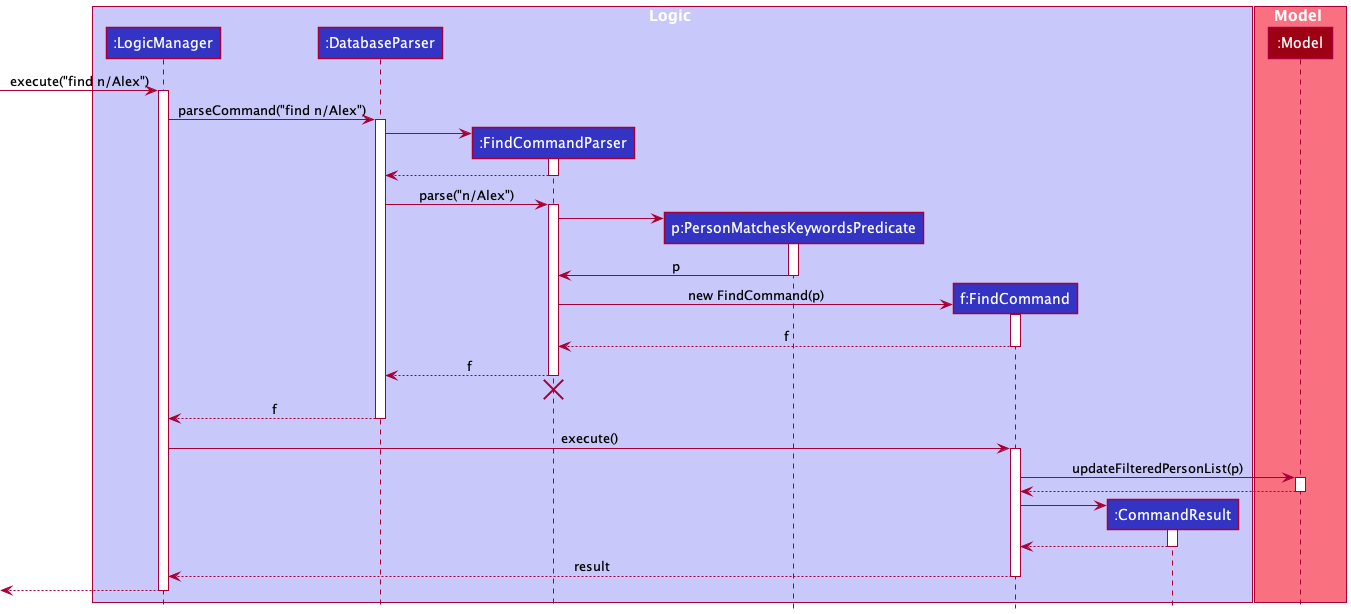
Above: docs/images/diagrams/FindCommandUML.png in nus-cs2103-AY2223S1/tp (PlantUML), before the change. Source of this version:
```plantuml
@startuml
!include style.puml

box Logic LOGIC_COLOR_T1
participant ":LogicManager" as LogicManager LOGIC_COLOR
participant ":DatabaseParser" as DatabaseParser LOGIC_COLOR
participant ":FindCommandParser" as FindCommandParser LOGIC_COLOR
participant "p:PersonMatchesKeywordsPredicate" as PersonMatchesKeywordsPredicate LOGIC_COLOR
participant "f:FindCommand" as FindCommand LOGIC_COLOR
participant ":CommandResult" as CommandResult LOGIC_COLOR
end box

box Model MODEL_COLOR_T1
participant ":Model" as Model MODEL_COLOR
end box

[-> LogicManager : execute("find n/Alex")
activate LogicManager

LogicManager -> DatabaseParser : parseCommand("find n/Alex")
activate DatabaseParser

create FindCommandParser
DatabaseParser -> FindCommandParser
activate FindCommandParser

FindCommandParser --> DatabaseParser
deactivate FindCommandParser

DatabaseParser -> FindCommandParser : parse("n/Alex")
activate FindCommandParser

create PersonMatchesKeywordsPredicate
FindCommandParser -> PersonMatchesKeywordsPredicate
activate PersonMatchesKeywordsPredicate

PersonMatchesKeywordsPredicate -> FindCommandParser : p
deactivate PersonMatchesKeywordsPredicate

create FindCommand
FindCommandParser -> FindCommand : new FindCommand(p)
activate FindCommand

FindCommand --> FindCommandParser : f
deactivate FindCommand

FindCommandParser --> DatabaseParser : f
deactivate FindCommandParser
FindCommandParser -[hidden]-> DatabaseParser
destroy FindCommandParser

DatabaseParser --> LogicManager : f
deactivate DatabaseParser

LogicManager -> FindCommand : execute()
activate FindCommand

FindCommand -> Model : updateFilteredPersonList(p)
activate Model

Model --> FindCommand
deactivate Model

create CommandResult
FindCommand -> CommandResult
activate CommandResult

CommandResult --> FindCommand
deactivate CommandResult

FindCommand --> LogicManager : result
deactivate FindCommand

[<--LogicManager
deactivate LogicManager
@enduml
```
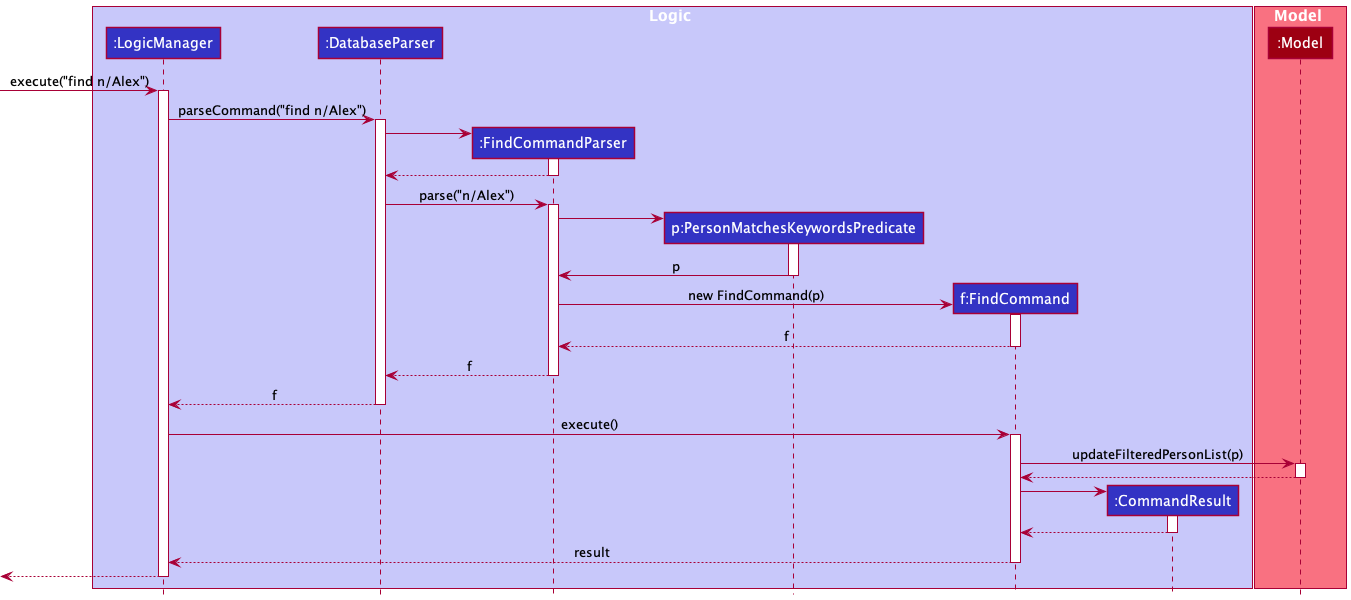
Later version of the same file.

Commit message:
Fix destroying in find uml

What changed in the source:
```diff
@@ -46,8 +46,6 @@
 
 FindCommandParser --> DatabaseParser : f
 deactivate FindCommandParser
-FindCommandParser -[hidden]-> DatabaseParser
-destroy FindCommandParser
 
 DatabaseParser --> LogicManager : f
 deactivate DatabaseParser
```
